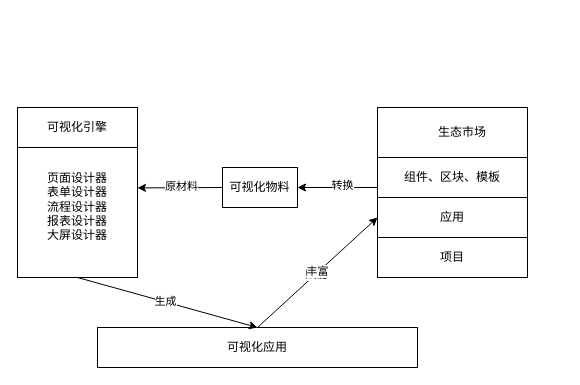
The draw.io diagram 低代码—预期成果示意图.drawio in tangyaosimida/love, before the edit. Source tidied: cells renumbered, new cells numbered last; positions are measured from the earlier drawing's top-left corner, leaving out a move shared by most shapes. Both pictures are drawn from the tidied source at 100%, with x=0, y=0 at pixel (17, 107).
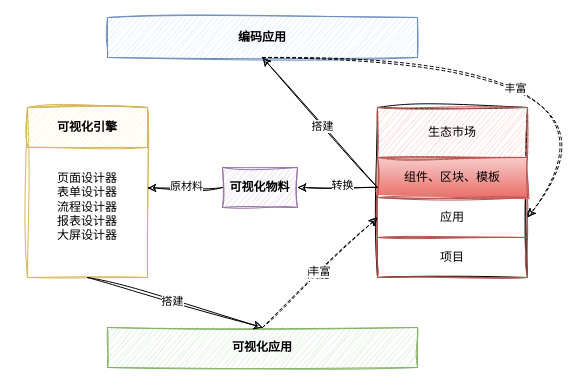
After the change.

Commit message (it also covers changes not shown here):
更新低代码—预期成果示意图.drawio

Change to the diagram source:
```diff
@@
-    <mxCell id="2" style="rounded=0;whiteSpace=wrap;html=1;" parent="1" vertex="1">
+    <mxCell id="2" style="rounded=0;whiteSpace=wrap;html=1;sketch=1;curveFitting=1;jiggle=2;" parent="1" vertex="1">
       <mxGeometry x="360" width="150" height="170" as="geometry" />
     </mxCell>
-    <mxCell id="3" value="可视化物料" style="rounded=0;whiteSpace=wrap;html=1;" parent="1" vertex="1">
+    <mxCell id="3" value="&lt;b&gt;可视化物料&lt;/b&gt;" style="rounded=0;whiteSpace=wrap;html=1;fillColor=#e1d5e7;strokeColor=#9673a6;sketch=1;curveFitting=1;jiggle=2;" parent="1" vertex="1">
       <mxGeometry x="205" y="60" width="75" height="40" as="geometry" />
     </mxCell>
-    <mxCell id="4" value="应用" style="rounded=0;whiteSpace=wrap;html=1;" parent="1" vertex="1">
+    <mxCell id="4" value="应用" style="rounded=0;whiteSpace=wrap;html=1;fillColor=none;strokeColor=#b85450;sketch=1;curveFitting=1;jiggle=2;" parent="1" vertex="1">
       <mxGeometry x="360" y="90" width="150" height="40" as="geometry" />
     </mxCell>
-    <mxCell id="5" value="项目" style="rounded=0;whiteSpace=wrap;html=1;" parent="1" vertex="1">
+    <mxCell id="5" value="项目" style="rounded=0;whiteSpace=wrap;html=1;fillColor=none;strokeColor=#b85450;sketch=1;curveFitting=1;jiggle=2;" parent="1" vertex="1">
       <mxGeometry x="360" y="130" width="150" height="40" as="geometry" />
     </mxCell>
-    <mxCell id="6" value="组件、区块、模板" style="rounded=0;whiteSpace=wrap;html=1;" parent="1" vertex="1">
+    <mxCell id="6" value="组件、区块、模板" style="rounded=0;whiteSpace=wrap;html=1;fillColor=#f8cecc;strokeColor=#b85450;sketch=1;curveFitting=1;jiggle=2;gradientColor=#ea6b66;glass=0;shadow=0;textShadow=0;" parent="1" vertex="1">
       <mxGeometry x="360" y="50" width="150" height="40" as="geometry" />
     </mxCell>
-    <mxCell id="7" value="&lt;div&gt;&lt;br&gt;&lt;/div&gt;&lt;div&gt;&lt;br&gt;&lt;/div&gt;页面设计器&lt;div&gt;表单设计器&lt;/div&gt;&lt;div&gt;流程设计器&lt;/div&gt;&lt;div&gt;报表设计器&lt;/div&gt;&lt;div&gt;大屏设计器&lt;/div&gt;" style="rounded=0;whiteSpace=wrap;html=1;" parent="1" vertex="1">
-      <mxGeometry width="120" height="170" as="geometry" />
+    <mxCell id="7" value="&lt;div&gt;&lt;br&gt;&lt;/div&gt;&lt;div&gt;&lt;br&gt;&lt;/div&gt;页面设计器&lt;div&gt;表单设计器&lt;/div&gt;&lt;div&gt;流程设计器&lt;/div&gt;&lt;div&gt;报表设计器&lt;/div&gt;&lt;div&gt;大屏设计器&lt;/div&gt;" style="rounded=0;whiteSpace=wrap;html=1;fillColor=none;strokeColor=#d6b656;sketch=1;curveFitting=1;jiggle=2;" parent="1" vertex="1">
+      <mxGeometry x="10" width="120" height="170" as="geometry" />
     </mxCell>
-    <mxCell id="8" value="可视化应用" style="rounded=0;whiteSpace=wrap;html=1;" parent="1" vertex="1">
-      <mxGeometry x="80" y="220" width="320" height="40" as="geometry" />
+    <mxCell id="8" value="&lt;b&gt;可视化应用&lt;/b&gt;" style="rounded=0;whiteSpace=wrap;html=1;fillColor=#d5e8d4;strokeColor=#82b366;sketch=1;curveFitting=1;jiggle=2;" parent="1" vertex="1">
+      <mxGeometry x="90" y="220" width="310" height="40" as="geometry" />
     </mxCell>
-    <mxCell id="9" style="endArrow=classic;html=1;rounded=0;entryX=1;entryY=0.5;entryDx=0;entryDy=0;" parent="1" edge="1" target="3">
+    <mxCell id="9" style="endArrow=classic;html=1;rounded=0;entryX=1;entryY=0.5;entryDx=0;entryDy=0;sketch=1;curveFitting=1;jiggle=2;" parent="1" edge="1" target="3">
       <mxGeometry relative="1" as="geometry">
         <mxPoint x="360" y="80" as="sourcePoint" />
       </mxGeometry>
     </mxCell>
@@
-    <mxCell id="11" style="endArrow=classic;html=1;rounded=0;exitX=0;exitY=0.5;exitDx=0;exitDy=0;entryX=1;entryY=0.473;entryDx=0;entryDy=0;entryPerimeter=0;" parent="1" edge="1" source="3" target="7">
+    <mxCell id="11" style="endArrow=classic;html=1;rounded=0;exitX=0;exitY=0.5;exitDx=0;exitDy=0;entryX=1;entryY=0.473;entryDx=0;entryDy=0;entryPerimeter=0;sketch=1;curveFitting=1;jiggle=2;" parent="1" edge="1" source="3" target="7">
       <mxGeometry relative="1" as="geometry" />
     </mxCell>
@@
-    <mxCell id="13" style="endArrow=classic;html=1;rounded=0;exitX=0.5;exitY=1;exitDx=0;exitDy=0;entryX=0.5;entryY=0;entryDx=0;entryDy=0;" parent="1" edge="1" source="7" target="8">
+    <mxCell id="13" style="endArrow=classic;html=1;rounded=0;exitX=0.5;exitY=1;exitDx=0;exitDy=0;entryX=0.5;entryY=0;entryDx=0;entryDy=0;sketch=1;curveFitting=1;jiggle=2;" parent="1" edge="1" source="7" target="8">
       <mxGeometry relative="1" as="geometry" />
     </mxCell>
-    <mxCell id="14" value="生成" style="edgeLabel;html=1;align=center;verticalAlign=middle;" parent="13" vertex="1">
+    <mxCell id="14" value="搭建" style="edgeLabel;html=1;align=center;verticalAlign=middle;" parent="13" vertex="1">
       <mxGeometry x="-0.03" y="1" relative="1" as="geometry" />
     </mxCell>
-    <mxCell id="15" style="endArrow=classic;html=1;rounded=0;entryX=0;entryY=0.5;entryDx=0;entryDy=0;exitX=0.5;exitY=0;exitDx=0;exitDy=0;" parent="1" edge="1" source="8" target="4">
+    <mxCell id="15" style="endArrow=classic;html=1;rounded=0;entryX=0;entryY=0.5;entryDx=0;entryDy=0;exitX=0.5;exitY=0;exitDx=0;exitDy=0;dashed=1;sketch=1;curveFitting=1;jiggle=2;" parent="1" edge="1" source="8" target="4">
       <mxGeometry relative="1" as="geometry" />
     </mxCell>
@@
-    <mxCell id="18" value="可视化引擎" style="rounded=0;whiteSpace=wrap;html=1;" parent="1" vertex="1">
-      <mxGeometry width="120" height="40" as="geometry" />
+    <mxCell id="18" value="&lt;b&gt;可视化引擎&lt;/b&gt;" style="rounded=0;whiteSpace=wrap;html=1;fillColor=#fff2cc;strokeColor=#d6b656;sketch=1;curveFitting=1;jiggle=2;" parent="1" vertex="1">
+      <mxGeometry x="10" width="120" height="40" as="geometry" />
     </mxCell>
+    <mxCell id="20" value="&lt;b&gt;编码应用&lt;/b&gt;" style="rounded=0;whiteSpace=wrap;html=1;fillColor=#dae8fc;strokeColor=#6c8ebf;sketch=1;curveFitting=1;jiggle=2;" parent="1" vertex="1">
+      <mxGeometry x="90" y="-90" width="310" height="40" as="geometry" />
+    </mxCell>
+    <mxCell id="21" style="endArrow=classic;html=1;rounded=0;entryX=0.5;entryY=1;entryDx=0;entryDy=0;sketch=1;curveFitting=1;jiggle=2;" parent="1" edge="1" target="20">
+      <mxGeometry relative="1" as="geometry">
+        <mxPoint x="360" y="80" as="sourcePoint" />
+      </mxGeometry>
+    </mxCell>
+    <mxCell id="22" value="搭建" style="edgeLabel;html=1;align=center;verticalAlign=middle;" parent="21" vertex="1">
+      <mxGeometry x="-0.05" relative="1" as="geometry">
+        <mxPoint x="-1" as="offset" />
+      </mxGeometry>
+    </mxCell>
+    <mxCell id="23" style="endArrow=classic;html=1;rounded=0;exitX=0.5;exitY=1;exitDx=0;exitDy=0;entryX=1;entryY=0.5;entryDx=0;entryDy=0;curved=1;dashed=1;sketch=1;curveFitting=1;jiggle=2;" parent="1" edge="1" source="20" target="4">
+      <mxGeometry relative="1" as="geometry">
+        <Array as="points">
+          <mxPoint x="640" y="-50" />
+        </Array>
+      </mxGeometry>
+    </mxCell>
+    <mxCell id="24" value="丰富" style="edgeLabel;html=1;align=center;verticalAlign=middle;" parent="23" vertex="1">
+      <mxGeometry x="-0.16" y="-30" relative="1" as="geometry" />
+    </mxCell>
-    <mxCell id="19" value="生态市场" style="text;html=1;align=center;verticalAlign=middle;whiteSpace=wrap;rounded=0;" parent="1" vertex="1">
-      <mxGeometry x="415" y="10" width="60" height="30" as="geometry" />
+    <mxCell id="19" value="生态市场" style="rounded=0;whiteSpace=wrap;html=1;fillColor=#f8cecc;strokeColor=#b85450;sketch=1;curveFitting=1;jiggle=2;" parent="1" vertex="1">
+      <mxGeometry x="360" width="150" height="50" as="geometry" />
     </mxCell>
```
